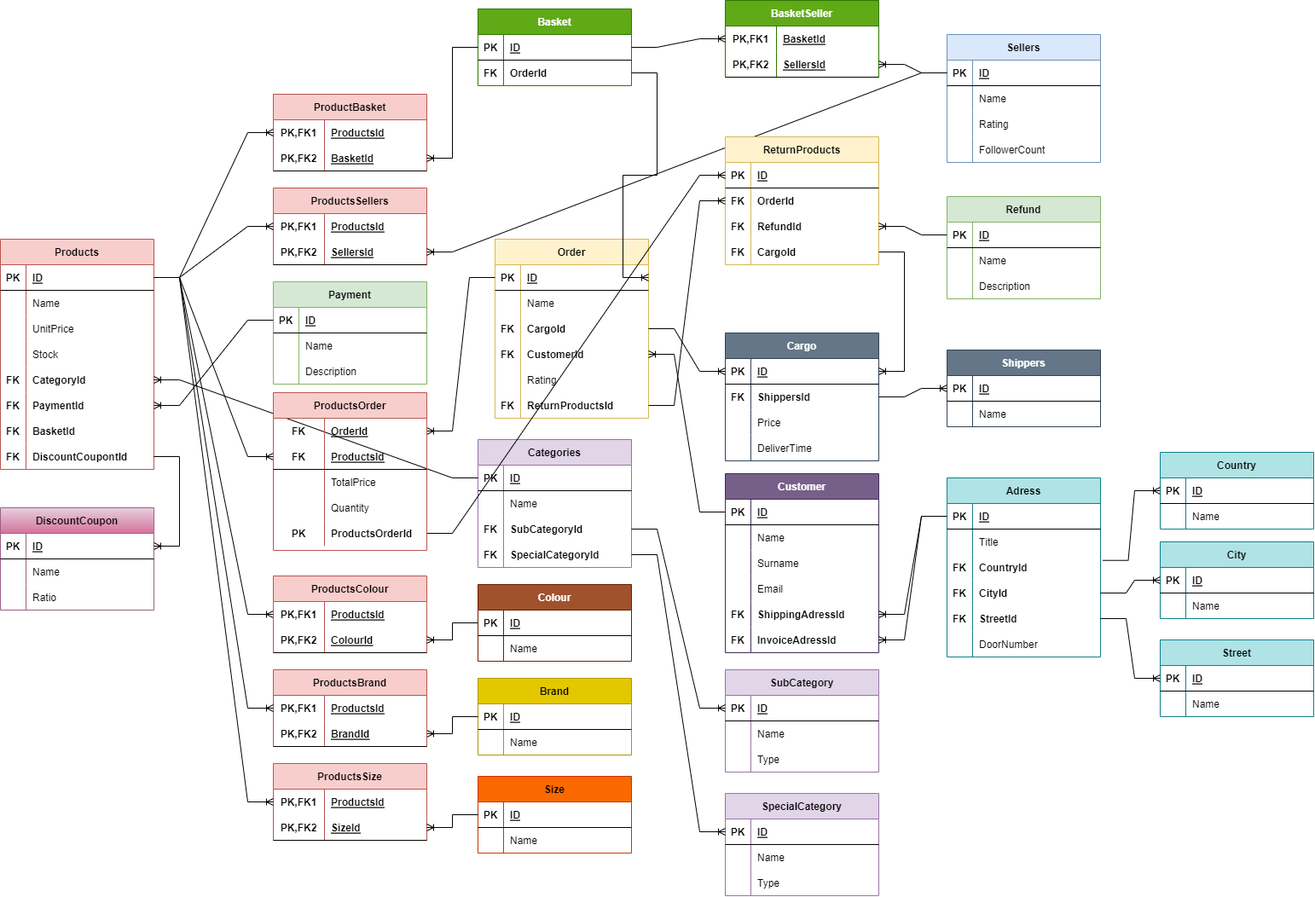
This is 24-11-2022_Pair9_HW.drawio.png from ZakirMK/Etiya-Akademi, a draw.io export, as it was before one commit. Source tidied: cells renumbered, new cells last; positions are measured from the earlier drawing's top-left corner, leaving out a move shared by most shapes.
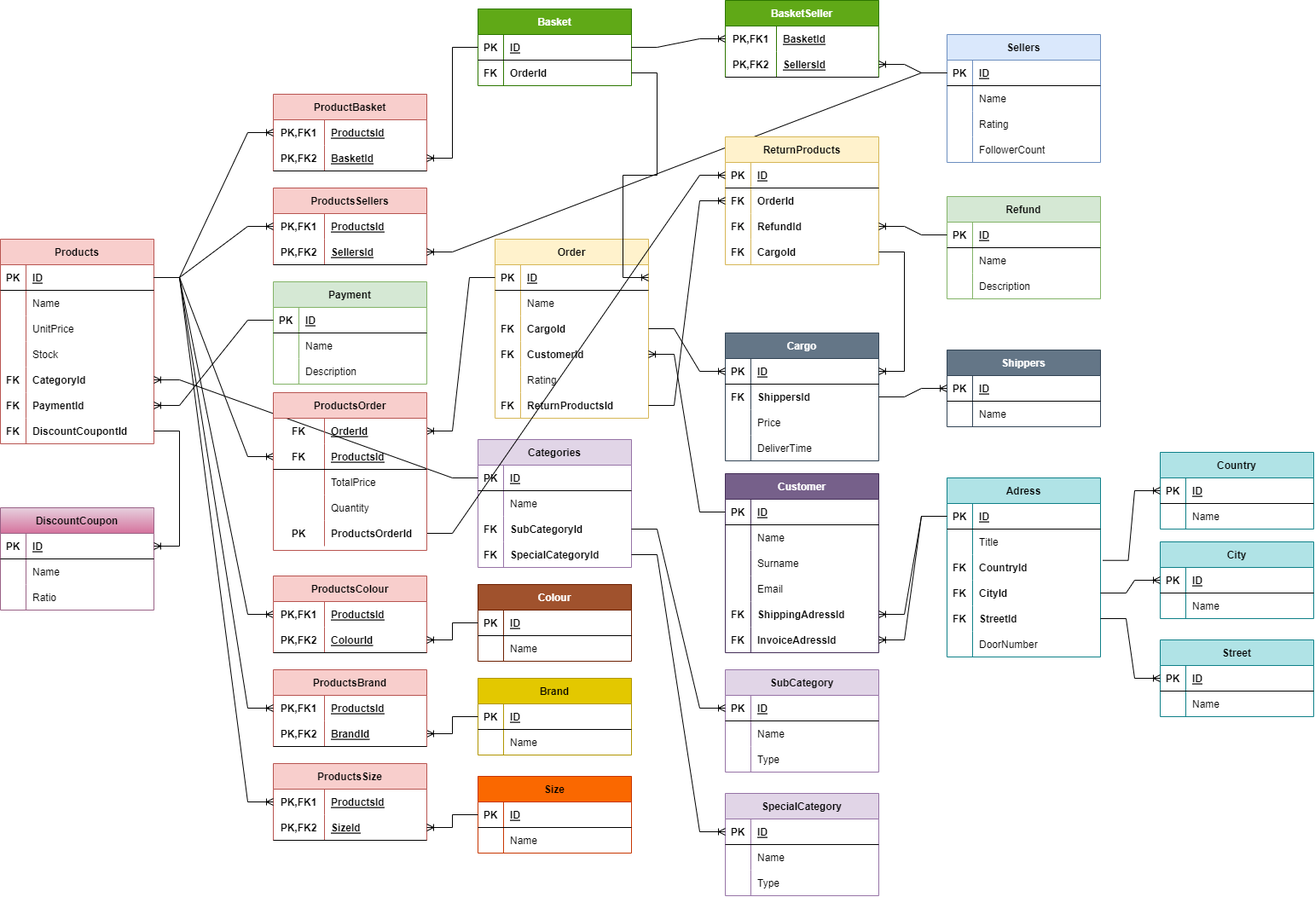
Above is the later version.

Change to the diagram source:
```diff
@@ -3,7 +3,7 @@
     <mxCell id="0" />
     <mxCell id="1" parent="0" />
     <mxCell id="2" value="Products" style="shape=table;startSize=30;rowLines=0;fontStyle=1;align=center;fillColor=#f8cecc;strokeColor=#b85450;" parent="1" vertex="1">
-      <mxGeometry y="280" width="180" height="270" as="geometry" />
+      <mxGeometry y="280" width="180" height="240" as="geometry" />
     </mxCell>
     <mxCell id="3" style="shape=tableRow;horizontal=0;startSize=0;swimlaneHead=0;swimlaneBody=0;fillColor=none;points=[[0,0.5],[1,0.5]];portConstraint=eastwest;top=0;left=0;right=0;bottom=1;" parent="2" vertex="1">
       <mxGeometry y="30" width="180" height="30" as="geometry" />
@@ -59,17 +59,8 @@
     <mxCell id="20" value="PaymentId" style="shape=partialRectangle;fillColor=none;top=0;left=0;bottom=0;right=0;align=left;spacingLeft=6;overflow=hidden;fontStyle=1;" parent="18" vertex="1">
       <mxGeometry x="30" width="150" height="30" as="geometry" />
     </mxCell>
-    <mxCell id="21" style="shape=tableRow;horizontal=0;startSize=0;swimlaneHead=0;swimlaneBody=0;fillColor=none;top=0;left=0;right=0;bottom=0;" parent="2" vertex="1">
-      <mxGeometry y="210" width="180" height="30" as="geometry" />
-    </mxCell>
-    <mxCell id="22" value="FK" style="shape=partialRectangle;fillColor=none;top=0;left=0;bottom=0;right=0;overflow=hidden;fontStyle=1;" parent="21" vertex="1">
-      <mxGeometry width="30" height="30" as="geometry" />
-    </mxCell>
-    <mxCell id="23" value="BasketId" style="shape=partialRectangle;fillColor=none;top=0;left=0;bottom=0;right=0;align=left;spacingLeft=6;overflow=hidden;fontStyle=1;" parent="21" vertex="1">
-      <mxGeometry x="30" width="150" height="30" as="geometry" />
-    </mxCell>
     <mxCell id="24" style="shape=tableRow;horizontal=0;startSize=0;swimlaneHead=0;swimlaneBody=0;fillColor=none;points=[[0,0.5],[1,0.5]];portConstraint=eastwest;top=0;left=0;right=0;bottom=0;" parent="2" vertex="1">
-      <mxGeometry y="240" width="180" height="30" as="geometry" />
+      <mxGeometry y="210" width="180" height="30" as="geometry" />
     </mxCell>
     <mxCell id="25" value="FK" style="shape=partialRectangle;fillColor=none;top=0;left=0;bottom=0;right=0;overflow=hidden;fontStyle=1;" parent="24" vertex="1">
       <mxGeometry width="30" height="30" as="geometry" />
```
